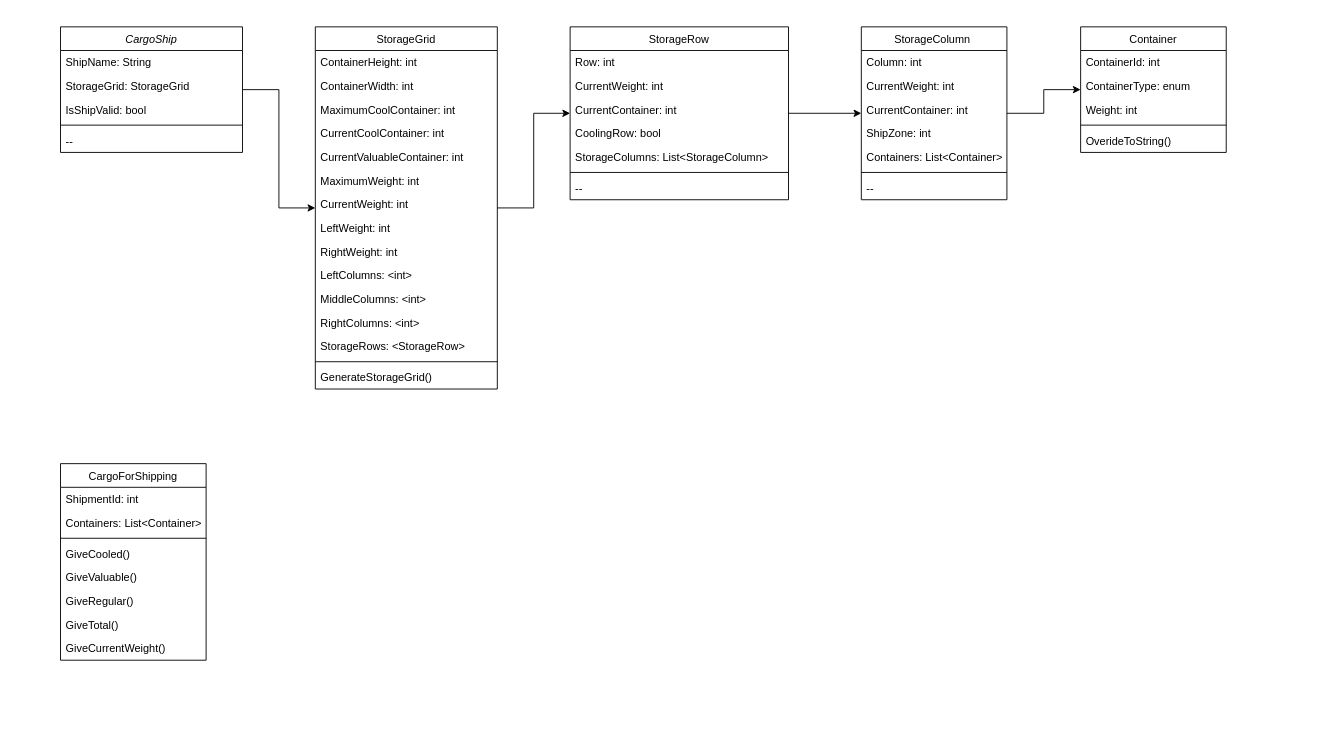
Before: Containervervoer/Containervervoer klassendiagram.drawio in Crafter2000x/AlgoritmiekSemester2, a draw.io diagram. Source tidied: cells renumbered, new cells numbered last; positions are measured from the earlier drawing's top-left corner, leaving out a move shared by most shapes. Both pictures are drawn from the tidied source at 91%, with x=0, y=0 at pixel (60, 26).
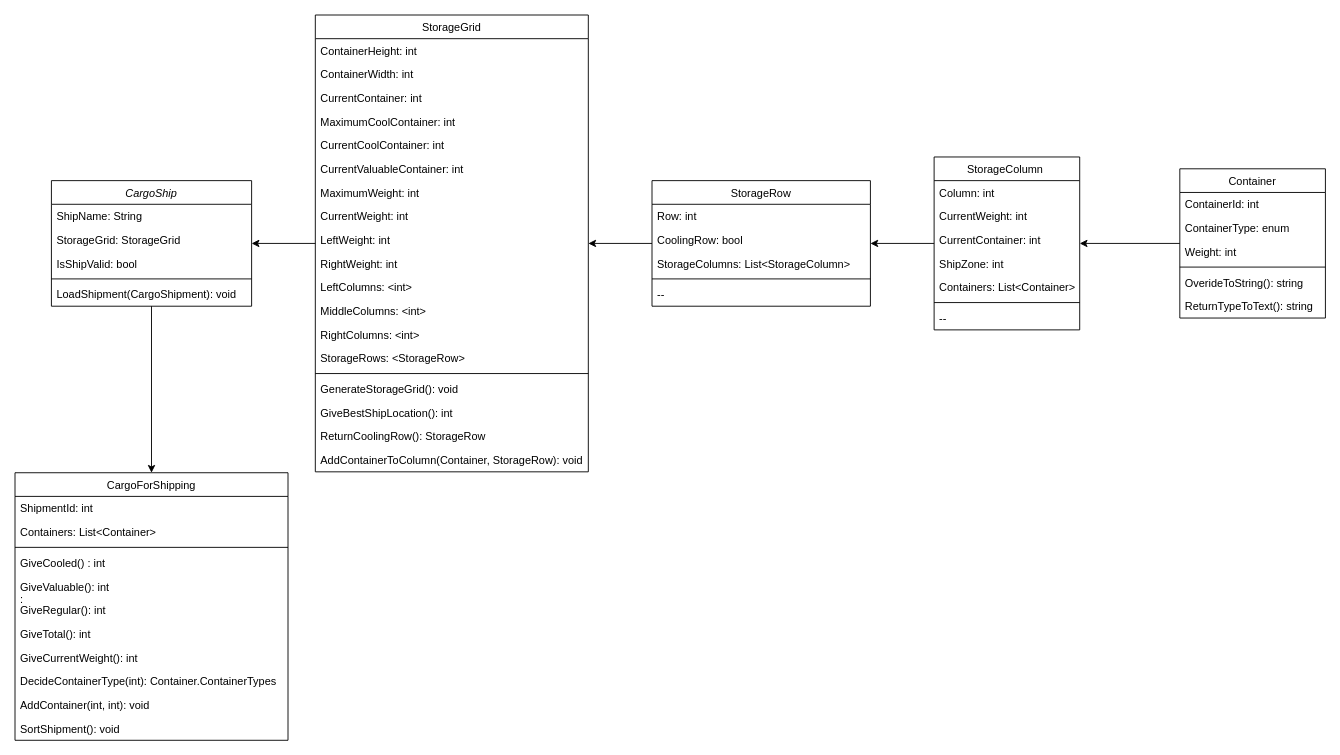
After the change.

Commit message (it also covers changes not shown here):
Updated every list to allign more with OO princibels Updated class diagrams to be more in-depth

What changed in the source:
```diff
@@
-    <mxCell id="2" style="edgeStyle=orthogonalEdgeStyle;rounded=0;jettySize=auto;html=1;" parent="1" edge="1" source="3" target="10">
+    <mxCell id="2" style="edgeStyle=orthogonalEdgeStyle;rounded=0;jettySize=auto;html=1;endArrow=none;endFill=0;startArrow=classic;startFill=1;" parent="1" edge="1" source="3" target="10">
       <mxGeometry relative="1" as="geometry" />
     </mxCell>
+    <mxCell id="59" style="edgeStyle=orthogonalEdgeStyle;rounded=0;jettySize=auto;html=1;startArrow=none;startFill=0;endArrow=classic;endFill=1;" parent="1" edge="1" source="3" target="50">
+      <mxGeometry relative="1" as="geometry" />
+    </mxCell>
     <mxCell id="3" value="CargoShip&#10;" style="swimlane;fontStyle=2;align=center;verticalAlign=top;horizontal=1;startSize=26;rounded=0;shadow=0;strokeWidth=1;" parent="1" vertex="1">
-      <mxGeometry width="200" height="138" as="geometry" />
+      <mxGeometry x="-10" y="169" width="220" height="138" as="geometry" />
     </mxCell>
     <mxCell id="4" value="ShipName: String" style="text;align=left;verticalAlign=top;spacingLeft=4;spacingRight=4;overflow=hidden;" parent="3" vertex="1">
-      <mxGeometry y="26" width="200" height="26" as="geometry" />
+      <mxGeometry y="26" width="220" height="26" as="geometry" />
     </mxCell>
     <mxCell id="5" value="StorageGrid: StorageGrid" style="text;align=left;verticalAlign=top;spacingLeft=4;spacingRight=4;overflow=hidden;" parent="3" vertex="1">
-      <mxGeometry y="52" width="200" height="26" as="geometry" />
+      <mxGeometry y="52" width="220" height="26" as="geometry" />
     </mxCell>
     <mxCell id="6" value="IsShipValid: bool&#10;" style="text;align=left;verticalAlign=top;spacingLeft=4;spacingRight=4;overflow=hidden;rounded=0;shadow=0;html=0;" parent="3" vertex="1">
-      <mxGeometry y="78" width="200" height="26" as="geometry" />
+      <mxGeometry y="78" width="220" height="26" as="geometry" />
     </mxCell>
     <mxCell id="7" style="line;html=1;strokeWidth=1;align=left;verticalAlign=middle;spacingTop=-1;spacingLeft=3;spacingRight=3;labelPosition=right;" parent="3" vertex="1">
-      <mxGeometry y="104" width="200" height="8" as="geometry" />
+      <mxGeometry y="104" width="220" height="8" as="geometry" />
     </mxCell>
-    <mxCell id="8" value="--" style="text;align=left;verticalAlign=top;spacingLeft=4;spacingRight=4;overflow=hidden;" parent="3" vertex="1">
-      <mxGeometry y="112" width="200" height="26" as="geometry" />
+    <mxCell id="8" value="LoadShipment(CargoShipment): void" style="text;align=left;verticalAlign=top;spacingLeft=4;spacingRight=4;overflow=hidden;" parent="3" vertex="1">
+      <mxGeometry y="112" width="220" height="26" as="geometry" />
     </mxCell>
-    <mxCell id="9" style="edgeStyle=orthogonalEdgeStyle;rounded=0;jettySize=auto;html=1;" parent="1" edge="1" source="10" target="36">
+    <mxCell id="9" style="edgeStyle=orthogonalEdgeStyle;rounded=0;jettySize=auto;html=1;startArrow=classic;startFill=1;endArrow=none;endFill=0;" parent="1" edge="1" source="10" target="36">
       <mxGeometry relative="1" as="geometry" />
     </mxCell>
     <mxCell id="10" value="StorageGrid" style="swimlane;fontStyle=0;align=center;verticalAlign=top;horizontal=1;startSize=26;rounded=0;shadow=0;strokeWidth=1;" parent="1" vertex="1">
-      <mxGeometry x="280" width="200" height="398" as="geometry" />
+      <mxGeometry x="280" y="-13" width="300" height="502" as="geometry" />
     </mxCell>
     <mxCell id="11" value="ContainerHeight: int" style="text;align=left;verticalAlign=top;spacingLeft=4;spacingRight=4;overflow=hidden;rounded=0;shadow=0;html=0;" parent="10" vertex="1">
-      <mxGeometry y="26" width="200" height="26" as="geometry" />
+      <mxGeometry y="26" width="300" height="26" as="geometry" />
     </mxCell>
     <mxCell id="12" value="ContainerWidth: int&#10;" style="text;align=left;verticalAlign=top;spacingLeft=4;spacingRight=4;overflow=hidden;rounded=0;shadow=0;html=0;" parent="10" vertex="1">
-      <mxGeometry y="52" width="200" height="26" as="geometry" />
+      <mxGeometry y="52" width="300" height="26" as="geometry" />
     </mxCell>
+    <mxCell id="39" value="CurrentContainer: int&#10;" style="text;align=left;verticalAlign=top;spacingLeft=4;spacingRight=4;overflow=hidden;rounded=0;shadow=0;html=0;" parent="10" vertex="1">
+      <mxGeometry y="78" width="300" height="26" as="geometry" />
+    </mxCell>
     <mxCell id="13" value="MaximumCoolContainer: int" style="text;align=left;verticalAlign=top;spacingLeft=4;spacingRight=4;overflow=hidden;rounded=0;shadow=0;html=0;" parent="10" vertex="1">
-      <mxGeometry y="78" width="200" height="26" as="geometry" />
+      <mxGeometry y="104" width="300" height="26" as="geometry" />
     </mxCell>
     <mxCell id="14" value="CurrentCoolContainer: int&#10;" style="text;align=left;verticalAlign=top;spacingLeft=4;spacingRight=4;overflow=hidden;rounded=0;shadow=0;html=0;" parent="10" vertex="1">
-      <mxGeometry y="104" width="200" height="26" as="geometry" />
+      <mxGeometry y="130" width="300" height="26" as="geometry" />
     </mxCell>
     <mxCell id="15" value="CurrentValuableContainer: int" style="text;align=left;verticalAlign=top;spacingLeft=4;spacingRight=4;overflow=hidden;rounded=0;shadow=0;html=0;" parent="10" vertex="1">
-      <mxGeometry y="130" width="200" height="26" as="geometry" />
+      <mxGeometry y="156" width="300" height="26" as="geometry" />
     </mxCell>
     <mxCell id="16" value="MaximumWeight: int" style="text;align=left;verticalAlign=top;spacingLeft=4;spacingRight=4;overflow=hidden;rounded=0;shadow=0;html=0;" parent="10" vertex="1">
-      <mxGeometry y="156" width="200" height="26" as="geometry" />
+      <mxGeometry y="182" width="300" height="26" as="geometry" />
     </mxCell>
     <mxCell id="17" value="CurrentWeight: int" style="text;align=left;verticalAlign=top;spacingLeft=4;spacingRight=4;overflow=hidden;rounded=0;shadow=0;html=0;" parent="10" vertex="1">
-      <mxGeometry y="182" width="200" height="26" as="geometry" />
+      <mxGeometry y="208" width="300" height="26" as="geometry" />
     </mxCell>
     <mxCell id="18" value="LeftWeight: int" style="text;align=left;verticalAlign=top;spacingLeft=4;spacingRight=4;overflow=hidden;rounded=0;shadow=0;html=0;" parent="10" vertex="1">
-      <mxGeometry y="208" width="200" height="26" as="geometry" />
+      <mxGeometry y="234" width="300" height="26" as="geometry" />
     </mxCell>
     <mxCell id="19" value="RightWeight: int" style="text;align=left;verticalAlign=top;spacingLeft=4;spacingRight=4;overflow=hidden;rounded=0;shadow=0;html=0;" parent="10" vertex="1">
-      <mxGeometry y="234" width="200" height="26" as="geometry" />
+      <mxGeometry y="260" width="300" height="26" as="geometry" />
     </mxCell>
     <mxCell id="20" value="LeftColumns: &lt;int&gt;" style="text;align=left;verticalAlign=top;spacingLeft=4;spacingRight=4;overflow=hidden;rounded=0;shadow=0;html=0;" parent="10" vertex="1">
-      <mxGeometry y="260" width="200" height="26" as="geometry" />
+      <mxGeometry y="286" width="300" height="26" as="geometry" />
     </mxCell>
     <mxCell id="21" value="MiddleColumns: &lt;int&gt;" style="text;align=left;verticalAlign=top;spacingLeft=4;spacingRight=4;overflow=hidden;rounded=0;shadow=0;html=0;" parent="10" vertex="1">
-      <mxGeometry y="286" width="200" height="26" as="geometry" />
+      <mxGeometry y="312" width="300" height="26" as="geometry" />
     </mxCell>
     <mxCell id="22" value="RightColumns: &lt;int&gt;" style="text;align=left;verticalAlign=top;spacingLeft=4;spacingRight=4;overflow=hidden;rounded=0;shadow=0;html=0;" parent="10" vertex="1">
-      <mxGeometry y="312" width="200" height="26" as="geometry" />
+      <mxGeometry y="338" width="300" height="26" as="geometry" />
     </mxCell>
     <mxCell id="23" value="StorageRows: &lt;StorageRow&gt;" style="text;align=left;verticalAlign=top;spacingLeft=4;spacingRight=4;overflow=hidden;rounded=0;shadow=0;html=0;" parent="10" vertex="1">
-      <mxGeometry y="338" width="200" height="26" as="geometry" />
+      <mxGeometry y="364" width="300" height="26" as="geometry" />
     </mxCell>
     <mxCell id="24" style="line;html=1;strokeWidth=1;align=left;verticalAlign=middle;spacingTop=-1;spacingLeft=3;spacingRight=3;labelPosition=right;" parent="10" vertex="1">
-      <mxGeometry y="364" width="200" height="8" as="geometry" />
+      <mxGeometry y="390" width="300" height="8" as="geometry" />
     </mxCell>
-    <mxCell id="25" value="GenerateStorageGrid()" style="text;align=left;verticalAlign=top;spacingLeft=4;spacingRight=4;overflow=hidden;" parent="10" vertex="1">
-      <mxGeometry y="372" width="200" height="26" as="geometry" />
+    <mxCell id="25" value="GenerateStorageGrid(): void" style="text;align=left;verticalAlign=top;spacingLeft=4;spacingRight=4;overflow=hidden;" parent="10" vertex="1">
+      <mxGeometry y="398" width="300" height="26" as="geometry" />
     </mxCell>
+    <mxCell id="60" value="GiveBestShipLocation(): int" style="text;align=left;verticalAlign=top;spacingLeft=4;spacingRight=4;overflow=hidden;" parent="10" vertex="1">
+      <mxGeometry y="424" width="300" height="26" as="geometry" />
+    </mxCell>
+    <mxCell id="61" value="ReturnCoolingRow(): StorageRow" style="text;align=left;verticalAlign=top;spacingLeft=4;spacingRight=4;overflow=hidden;" parent="10" vertex="1">
+      <mxGeometry y="450" width="300" height="26" as="geometry" />
+    </mxCell>
+    <mxCell id="62" value="AddContainerToColumn(Container, StorageRow): void" style="text;align=left;verticalAlign=top;spacingLeft=4;spacingRight=4;overflow=hidden;" parent="10" vertex="1">
+      <mxGeometry y="476" width="300" height="26" as="geometry" />
+    </mxCell>
-    <mxCell id="26" style="edgeStyle=orthogonalEdgeStyle;rounded=0;jettySize=auto;html=1;" parent="1" edge="1" source="27" target="44">
+    <mxCell id="26" style="edgeStyle=orthogonalEdgeStyle;rounded=0;jettySize=auto;html=1;startArrow=classic;startFill=1;endArrow=none;endFill=0;" parent="1" edge="1" source="27" target="44">
       <mxGeometry relative="1" as="geometry" />
     </mxCell>
     <mxCell id="27" value="StorageColumn " style="swimlane;fontStyle=0;align=center;verticalAlign=top;horizontal=1;startSize=26;rounded=0;shadow=0;strokeWidth=1;" parent="1" vertex="1">
-      <mxGeometry x="880" width="160" height="190" as="geometry" />
+      <mxGeometry x="960" y="143" width="160" height="190" as="geometry" />
     </mxCell>
@@
-    <mxCell id="35" style="edgeStyle=orthogonalEdgeStyle;rounded=0;jettySize=auto;html=1;" parent="1" edge="1" source="36" target="27">
+    <mxCell id="35" style="edgeStyle=orthogonalEdgeStyle;rounded=0;jettySize=auto;html=1;endArrow=none;endFill=0;startArrow=classic;startFill=1;" parent="1" edge="1" source="36" target="27">
       <mxGeometry relative="1" as="geometry" />
     </mxCell>
     <mxCell id="36" value="StorageRow" style="swimlane;fontStyle=0;align=center;verticalAlign=top;horizontal=1;startSize=26;rounded=0;shadow=0;strokeWidth=1;" parent="1" vertex="1">
-      <mxGeometry x="560" width="240" height="190" as="geometry" />
+      <mxGeometry x="650" y="169" width="240" height="138" as="geometry" />
     </mxCell>
@@
-    <mxCell id="38" value="CurrentWeight: int" style="text;align=left;verticalAlign=top;spacingLeft=4;spacingRight=4;overflow=hidden;rounded=0;shadow=0;html=0;" parent="36" vertex="1">
-      <mxGeometry y="52" width="240" height="26" as="geometry" />
-    </mxCell>
-    <mxCell id="39" value="CurrentContainer: int" style="text;align=left;verticalAlign=top;spacingLeft=4;spacingRight=4;overflow=hidden;rounded=0;shadow=0;html=0;" parent="36" vertex="1">
-      <mxGeometry y="78" width="240" height="26" as="geometry" />
-    </mxCell>
     <mxCell id="40" value="CoolingRow: bool" style="text;align=left;verticalAlign=top;spacingLeft=4;spacingRight=4;overflow=hidden;rounded=0;shadow=0;html=0;" parent="36" vertex="1">
-      <mxGeometry y="104" width="240" height="26" as="geometry" />
+      <mxGeometry y="52" width="240" height="26" as="geometry" />
     </mxCell>
     <mxCell id="41" value="StorageColumns: List&lt;StorageColumn&gt;" style="text;align=left;verticalAlign=top;spacingLeft=4;spacingRight=4;overflow=hidden;rounded=0;shadow=0;html=0;" parent="36" vertex="1">
-      <mxGeometry y="130" width="240" height="26" as="geometry" />
+      <mxGeometry y="78" width="240" height="26" as="geometry" />
     </mxCell>
     <mxCell id="42" style="line;html=1;strokeWidth=1;align=left;verticalAlign=middle;spacingTop=-1;spacingLeft=3;spacingRight=3;labelPosition=right;" parent="36" vertex="1">
-      <mxGeometry y="156" width="240" height="8" as="geometry" />
+      <mxGeometry y="104" width="240" height="8" as="geometry" />
     </mxCell>
     <mxCell id="43" value="--" style="text;align=left;verticalAlign=top;spacingLeft=4;spacingRight=4;overflow=hidden;rounded=0;shadow=0;html=0;" parent="36" vertex="1">
-      <mxGeometry y="164" width="240" height="26" as="geometry" />
+      <mxGeometry y="112" width="240" height="26" as="geometry" />
     </mxCell>
     <mxCell id="44" value="Container" style="swimlane;fontStyle=0;align=center;verticalAlign=top;horizontal=1;startSize=26;rounded=0;shadow=0;strokeWidth=1;" parent="1" vertex="1">
-      <mxGeometry x="1121" width="160" height="138" as="geometry" />
+      <mxGeometry x="1230" y="156" width="160" height="164" as="geometry" />
     </mxCell>
@@
-    <mxCell id="49" value="OverideToString()" style="text;align=left;verticalAlign=top;spacingLeft=4;spacingRight=4;overflow=hidden;rounded=0;shadow=0;html=0;" parent="44" vertex="1">
+    <mxCell id="49" value="OverideToString(): string" style="text;align=left;verticalAlign=top;spacingLeft=4;spacingRight=4;overflow=hidden;rounded=0;shadow=0;html=0;" parent="44" vertex="1">
       <mxGeometry y="112" width="160" height="26" as="geometry" />
     </mxCell>
+    <mxCell id="63" value="ReturnTypeToText(): string" style="text;align=left;verticalAlign=top;spacingLeft=4;spacingRight=4;overflow=hidden;rounded=0;shadow=0;html=0;" parent="44" vertex="1">
+      <mxGeometry y="138" width="160" height="26" as="geometry" />
+    </mxCell>
     <mxCell id="50" value="CargoForShipping" style="swimlane;fontStyle=0;align=center;verticalAlign=top;horizontal=1;startSize=26;rounded=0;shadow=0;strokeWidth=1;" parent="1" vertex="1">
-      <mxGeometry y="480" width="160" height="216" as="geometry" />
+      <mxGeometry x="-50" y="490" width="300" height="294" as="geometry" />
     </mxCell>
     <mxCell id="51" value="ShipmentId: int" style="text;align=left;verticalAlign=top;spacingLeft=4;spacingRight=4;overflow=hidden;rounded=0;shadow=0;html=0;" parent="50" vertex="1">
-      <mxGeometry y="26" width="160" height="26" as="geometry" />
+      <mxGeometry y="26" width="300" height="26" as="geometry" />
     </mxCell>
     <mxCell id="52" value="Containers: List&lt;Container&gt;" style="text;align=left;verticalAlign=top;spacingLeft=4;spacingRight=4;overflow=hidden;rounded=0;shadow=0;html=0;" parent="50" vertex="1">
-      <mxGeometry y="52" width="160" height="26" as="geometry" />
+      <mxGeometry y="52" width="300" height="26" as="geometry" />
     </mxCell>
     <mxCell id="53" style="line;html=1;strokeWidth=1;align=left;verticalAlign=middle;spacingTop=-1;spacingLeft=3;spacingRight=3;labelPosition=right;" parent="50" vertex="1">
-      <mxGeometry y="78" width="160" height="8" as="geometry" />
+      <mxGeometry y="78" width="300" height="8" as="geometry" />
     </mxCell>
-    <mxCell id="54" value="GiveCooled()&#10;" style="text;align=left;verticalAlign=top;spacingLeft=4;spacingRight=4;overflow=hidden;rounded=0;shadow=0;html=0;" parent="50" vertex="1">
-      <mxGeometry y="86" width="160" height="26" as="geometry" />
+    <mxCell id="54" value="GiveCooled() : int&#10;" style="text;align=left;verticalAlign=top;spacingLeft=4;spacingRight=4;overflow=hidden;rounded=0;shadow=0;html=0;" parent="50" vertex="1">
+      <mxGeometry y="86" width="300" height="26" as="geometry" />
     </mxCell>
-    <mxCell id="55" value="GiveValuable()&#10;" style="text;align=left;verticalAlign=top;spacingLeft=4;spacingRight=4;overflow=hidden;rounded=0;shadow=0;html=0;" parent="50" vertex="1">
-      <mxGeometry y="112" width="160" height="26" as="geometry" />
+    <mxCell id="55" value="GiveValuable(): int&#10;: " style="text;align=left;verticalAlign=top;spacingLeft=4;spacingRight=4;overflow=hidden;rounded=0;shadow=0;html=0;" parent="50" vertex="1">
+      <mxGeometry y="112" width="300" height="26" as="geometry" />
     </mxCell>
-    <mxCell id="56" value="GiveRegular()&#10;" style="text;align=left;verticalAlign=top;spacingLeft=4;spacingRight=4;overflow=hidden;rounded=0;shadow=0;html=0;" parent="50" vertex="1">
-      <mxGeometry y="138" width="160" height="26" as="geometry" />
+    <mxCell id="56" value="GiveRegular(): int&#10;" style="text;align=left;verticalAlign=top;spacingLeft=4;spacingRight=4;overflow=hidden;rounded=0;shadow=0;html=0;" parent="50" vertex="1">
+      <mxGeometry y="138" width="300" height="26" as="geometry" />
     </mxCell>
-    <mxCell id="57" value="GiveTotal()&#10;" style="text;align=left;verticalAlign=top;spacingLeft=4;spacingRight=4;overflow=hidden;rounded=0;shadow=0;html=0;" parent="50" vertex="1">
-      <mxGeometry y="164" width="160" height="26" as="geometry" />
+    <mxCell id="57" value="GiveTotal(): int&#10;" style="text;align=left;verticalAlign=top;spacingLeft=4;spacingRight=4;overflow=hidden;rounded=0;shadow=0;html=0;" parent="50" vertex="1">
+      <mxGeometry y="164" width="300" height="26" as="geometry" />
     </mxCell>
-    <mxCell id="58" value="GiveCurrentWeight()&#10;" style="text;align=left;verticalAlign=top;spacingLeft=4;spacingRight=4;overflow=hidden;rounded=0;shadow=0;html=0;" parent="50" vertex="1">
-      <mxGeometry y="190" width="160" height="26" as="geometry" />
+    <mxCell id="58" value="GiveCurrentWeight(): int&#10;" style="text;align=left;verticalAlign=top;spacingLeft=4;spacingRight=4;overflow=hidden;rounded=0;shadow=0;html=0;" parent="50" vertex="1">
+      <mxGeometry y="190" width="300" height="26" as="geometry" />
     </mxCell>
+    <mxCell id="64" value="DecideContainerType(int): Container.ContainerTypes" style="text;align=left;verticalAlign=top;spacingLeft=4;spacingRight=4;overflow=hidden;rounded=0;shadow=0;html=0;" parent="50" vertex="1">
+      <mxGeometry y="216" width="300" height="26" as="geometry" />
+    </mxCell>
+    <mxCell id="65" value="AddContainer(int, int): void" style="text;align=left;verticalAlign=top;spacingLeft=4;spacingRight=4;overflow=hidden;rounded=0;shadow=0;html=0;" parent="50" vertex="1">
+      <mxGeometry y="242" width="300" height="26" as="geometry" />
+    </mxCell>
+    <mxCell id="66" value="SortShipment(): void" style="text;align=left;verticalAlign=top;spacingLeft=4;spacingRight=4;overflow=hidden;rounded=0;shadow=0;html=0;" parent="50" vertex="1">
+      <mxGeometry y="268" width="300" height="26" as="geometry" />
+    </mxCell>
```
